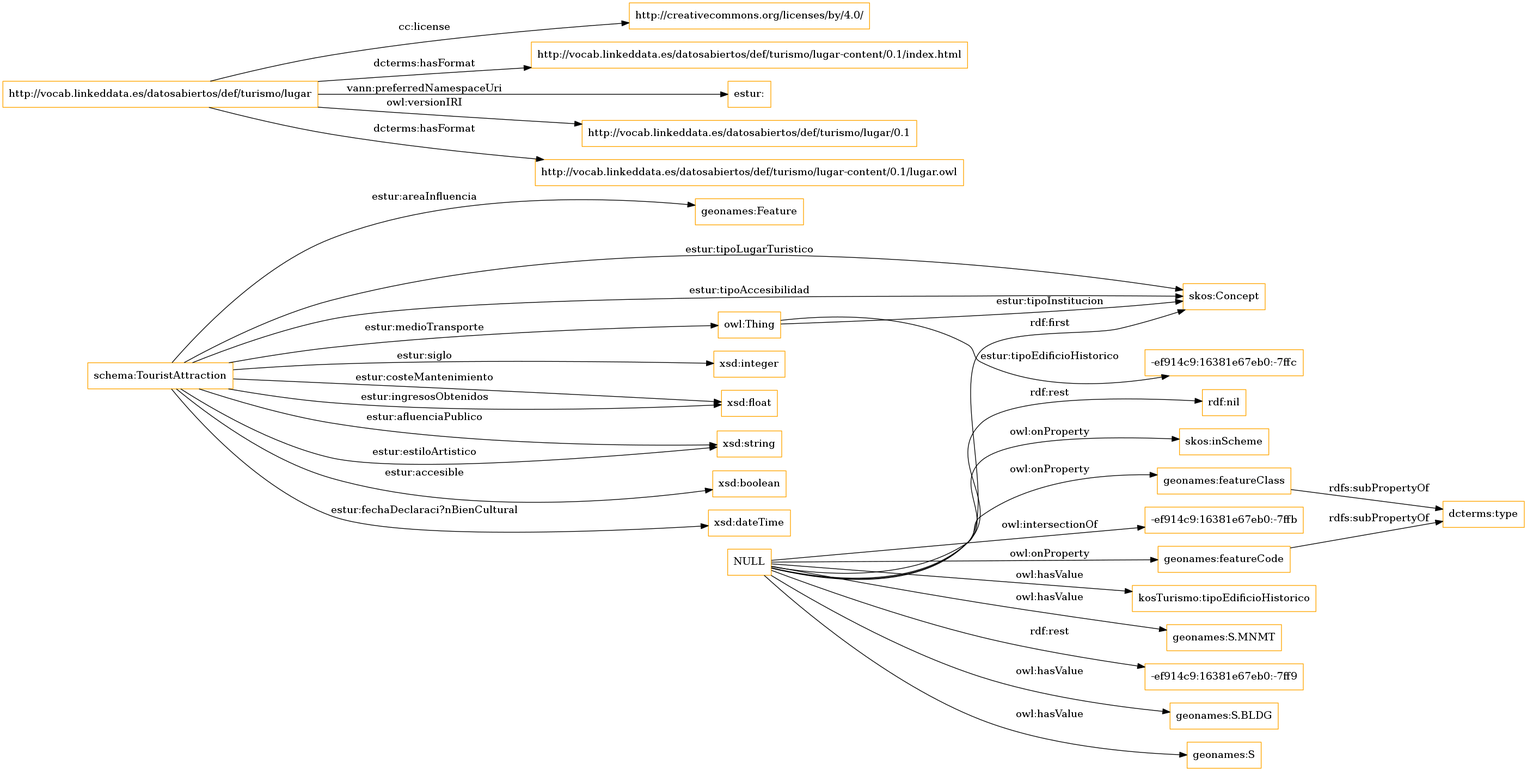
Earlier version of the Graphviz export OnToology/cultura-ocio-lugares-interes/lugar.owl/diagrams/ar2dtool-class/lugar.owl.png (ma-garcia/visualization). Its source is kept beside it as OnToology/cultura-ocio-lugares-interes/lugar.owl/diagrams/ar2dtool-class/lugar.owl.png.dot.
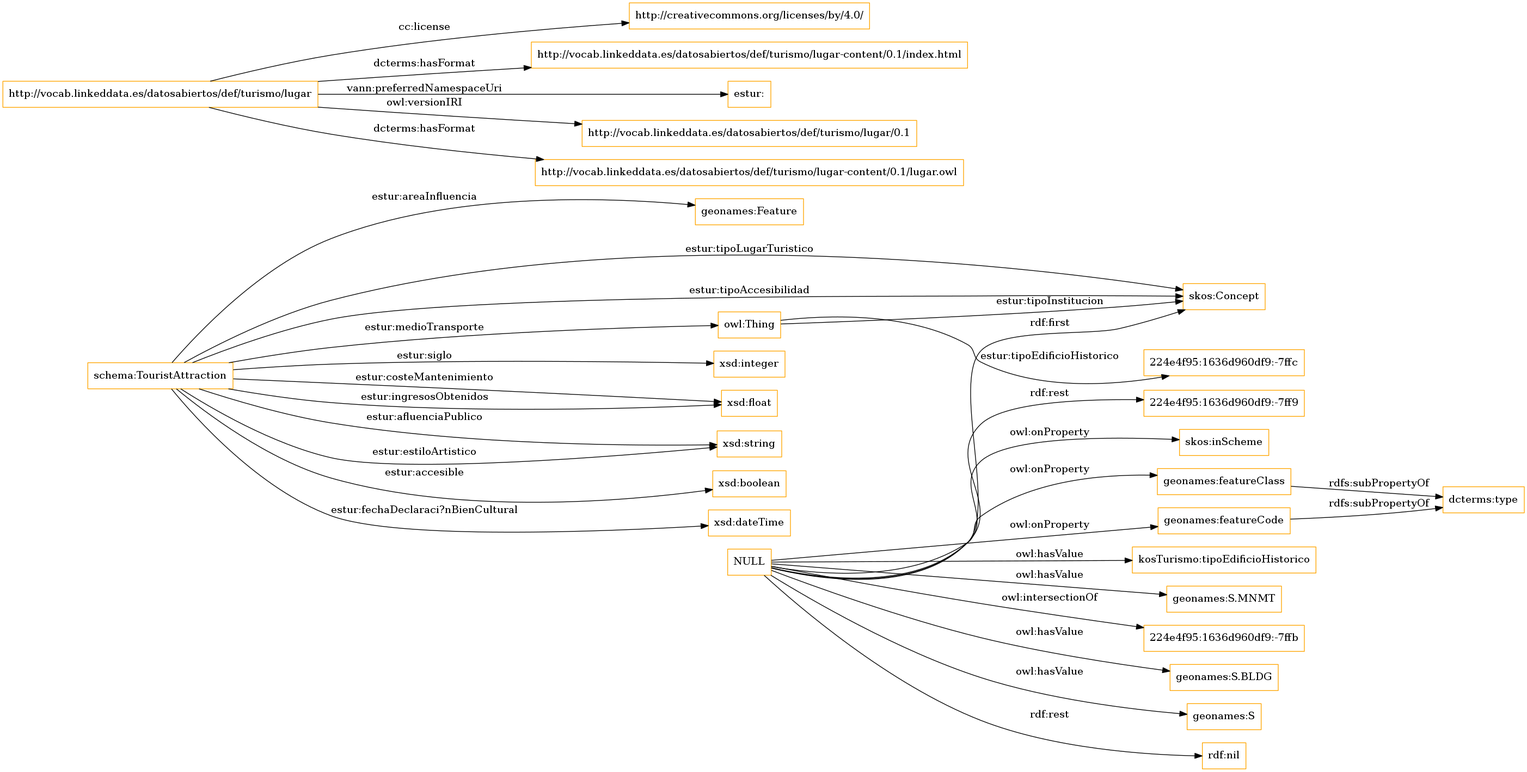
The same diagram one commit later.

What changed in the source:
```diff
@@ -1,27 +1,27 @@
 digraph ar2dtool_diagram {
 rankdir=LR;
 size="1501"
-node [shape = rectangle, color="orange"]; "geonames:Feature" "schema:TouristAttraction" "-ef914c9:16381e67eb0:-7ffc" "skos:Concept" ; /*classes style*/
+node [shape = rectangle, color="orange"]; "geonames:Feature" "schema:TouristAttraction" "skos:Concept" "224e4f95:1636d960df9:-7ffc" ; /*classes style*/
 	"http://vocab.linkeddata.es/datosabiertos/def/turismo/lugar" -> "http://creativecommons.org/licenses/by/4.0/" [ label = "cc:license" ];
 	"http://vocab.linkeddata.es/datosabiertos/def/turismo/lugar" -> "http://vocab.linkeddata.es/datosabiertos/def/turismo/lugar-content/0.1/index.html" [ label = "dcterms:hasFormat" ];
 	"http://vocab.linkeddata.es/datosabiertos/def/turismo/lugar" -> "estur:" [ label = "vann:preferredNamespaceUri" ];
 	"http://vocab.linkeddata.es/datosabiertos/def/turismo/lugar" -> "http://vocab.linkeddata.es/datosabiertos/def/turismo/lugar/0.1" [ label = "owl:versionIRI" ];
 	"http://vocab.linkeddata.es/datosabiertos/def/turismo/lugar" -> "http://vocab.linkeddata.es/datosabiertos/def/turismo/lugar-content/0.1/lugar.owl" [ label = "dcterms:hasFormat" ];
 	"geonames:featureClass" -> "dcterms:type" [ label = "rdfs:subPropertyOf" ];
-	"NULL" -> "-ef914c9:16381e67eb0:-7ffb" [ label = "owl:intersectionOf" ];
 	"NULL" -> "geonames:featureCode" [ label = "owl:onProperty" ];
 	"NULL" -> "kosTurismo:tipoEdificioHistorico" [ label = "owl:hasValue" ];
 	"NULL" -> "geonames:S.MNMT" [ label = "owl:hasValue" ];
-	"NULL" -> "-ef914c9:16381e67eb0:-7ff9" [ label = "rdf:rest" ];
 	"NULL" -> "skos:Concept" [ label = "rdf:first" ];
+	"NULL" -> "224e4f95:1636d960df9:-7ffb" [ label = "owl:intersectionOf" ];
 	"NULL" -> "geonames:S.BLDG" [ label = "owl:hasValue" ];
 	"NULL" -> "geonames:S" [ label = "owl:hasValue" ];
 	"NULL" -> "rdf:nil" [ label = "rdf:rest" ];
+	"NULL" -> "224e4f95:1636d960df9:-7ff9" [ label = "rdf:rest" ];
 	"NULL" -> "geonames:featureClass" [ label = "owl:onProperty" ];
 	"NULL" -> "skos:inScheme" [ label = "owl:onProperty" ];
 	"geonames:featureCode" -> "dcterms:type" [ label = "rdfs:subPropertyOf" ];
 	"schema:TouristAttraction" -> "owl:Thing" [ label = "estur:medioTransporte" ];
-	"owl:Thing" -> "-ef914c9:16381e67eb0:-7ffc" [ label = "estur:tipoEdificioHistorico" ];
+	"owl:Thing" -> "224e4f95:1636d960df9:-7ffc" [ label = "estur:tipoEdificioHistorico" ];
 	"owl:Thing" -> "skos:Concept" [ label = "estur:tipoInstitucion" ];
 	"schema:TouristAttraction" -> "xsd:integer" [ label = "estur:siglo" ];
 	"schema:TouristAttraction" -> "geonames:Feature" [ label = "estur:areaInfluencia" ];
```
